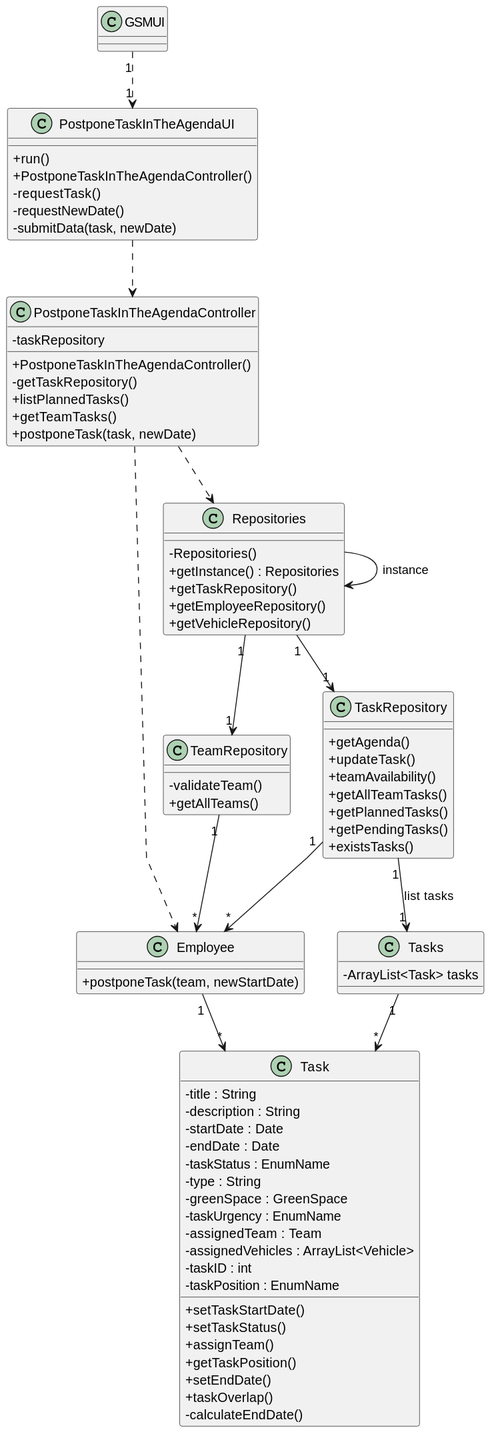
LopemigueISEP/lei-24-s2-1nb-g312 keeps this PlantUML diagram as docs/sprintC/US024/03.design/svg/us024-class-diagram.svg. Above is the earlier version.
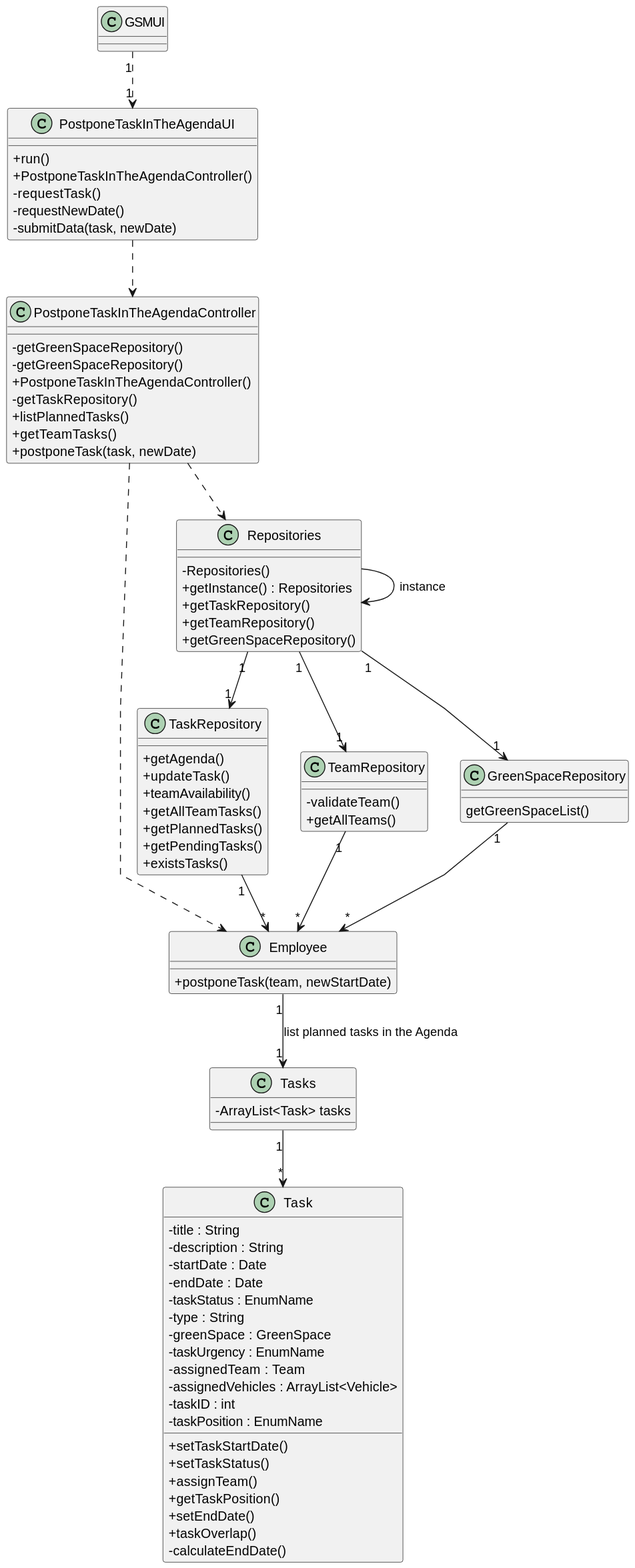
After the change.

Diff of the diagram source:
```diff
@@ -18,7 +18,8 @@
 }
 
 class PostponeTaskInTheAgendaController {
-- taskRepository
+-getGreenSpaceRepository()
+-getGreenSpaceRepository()
 +PostponeTaskInTheAgendaController()
 -getTaskRepository()
 +listPlannedTasks()
@@ -68,12 +69,16 @@
 +getAllTeams()
 }
 
+class GreenSpaceRepository{
+getGreenSpaceList()
+}
+
 class Repositories {
     - Repositories()
     + getInstance() : Repositories
     + getTaskRepository()
-    + getEmployeeRepository()
-    + getVehicleRepository()
+    + getTeamRepository()
+    + getGreenSpaceRepository()
 
 }
 
@@ -95,15 +100,16 @@
 
 Repositories "1"--> "1" TaskRepository
 Repositories "1"--> "1" TeamRepository
+Repositories "1"--> "1" GreenSpaceRepository
 
 TaskRepository "1"--> "*" Employee
 TeamRepository "1"--> "*" Employee
+GreenSpaceRepository "1"--> "*" Employee
 
-Employee "1" --> "*"Task
 
 
 PostponeTaskInTheAgendaController ..> Employee
 
-TaskRepository "1" --> "1" Tasks : list tasks
+Employee "1" --> "1" Tasks : list planned tasks in the Agenda
 Tasks "1" --> "*" Task
 @enduml
```
